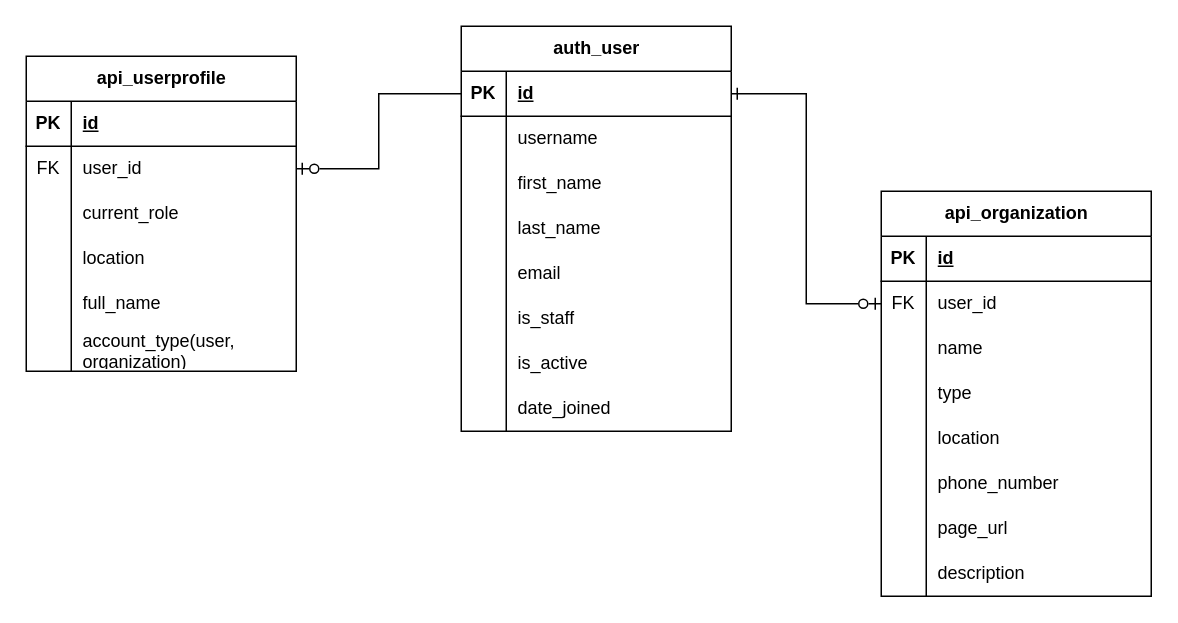
Above: page "Organization" (3 of 4) of 2Gether.drawio in RHILIUS/drawio (draw.io), before the change. Source tidied: cells renumbered, new cells numbered last; positions are measured from the earlier drawing's top-left corner, leaving out a move shared by most shapes. Both pictures are drawn from the tidied source at 150%, with x=0, y=0 at pixel (26, 26).
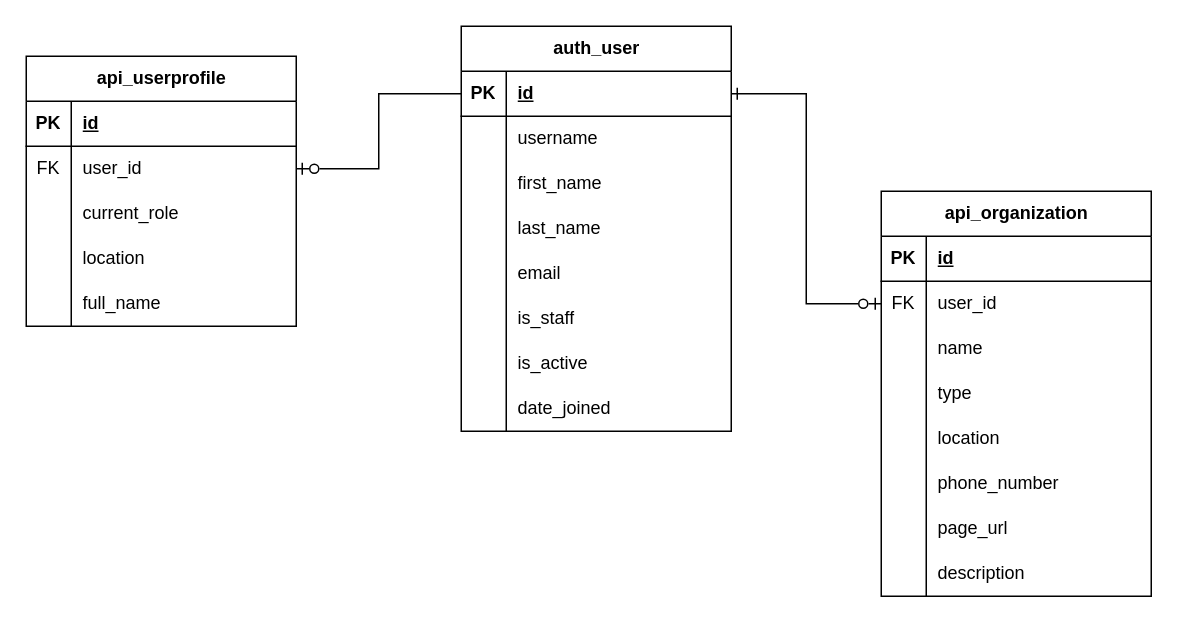
The same page after the edit.

Commit message:
remove account type

The edit, as a diff of the source:
```diff
@@
     <mxCell id="27" value="api_userprofile" style="shape=table;startSize=30;childLayout=tableLayout;rowLines=0;fontStyle=1;align=center;html=1;" parent="1" vertex="1">
-      <mxGeometry y="20" width="180" height="210" as="geometry" />
+      <mxGeometry y="20" width="180" height="180" as="geometry" />
     </mxCell>
@@
-    <mxCell id="43" style="shape=tableRow;horizontal=0;startSize=0;swimlaneHead=0;swimlaneBody=0;fillColor=none;top=0;left=0;right=0;bottom=0;" parent="27" vertex="1">
-      <mxGeometry y="180" width="180" height="30" as="geometry" />
-    </mxCell>
-    <mxCell id="44" style="shape=partialRectangle;fillColor=none;top=0;left=0;bottom=0;right=0;overflow=hidden;whiteSpace=wrap;html=1;" parent="43" vertex="1">
-      <mxGeometry width="30" height="30" as="geometry" />
-    </mxCell>
-    <mxCell id="45" value="account_type(user, organization)" style="shape=partialRectangle;fillColor=none;top=0;left=0;bottom=0;right=0;align=left;spacingLeft=6;overflow=hidden;whiteSpace=wrap;html=1;" parent="43" vertex="1">
-      <mxGeometry x="30" width="150" height="30" as="geometry" />
-    </mxCell>
```
